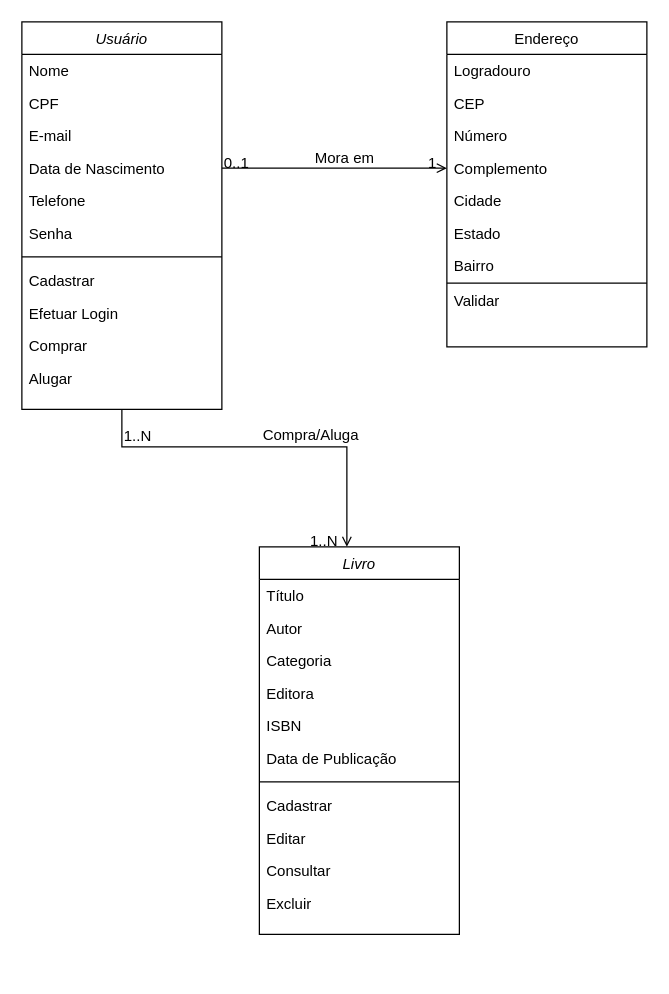
Before: docs/diagrama-uml.drawio in nicholascostap/bibliotech, a draw.io diagram. Source tidied: cells renumbered, new cells numbered last; positions are measured from the earlier drawing's top-left corner, leaving out a move shared by most shapes. Both pictures are drawn from the tidied source at 125%, with x=0, y=0 at pixel (21, 21).
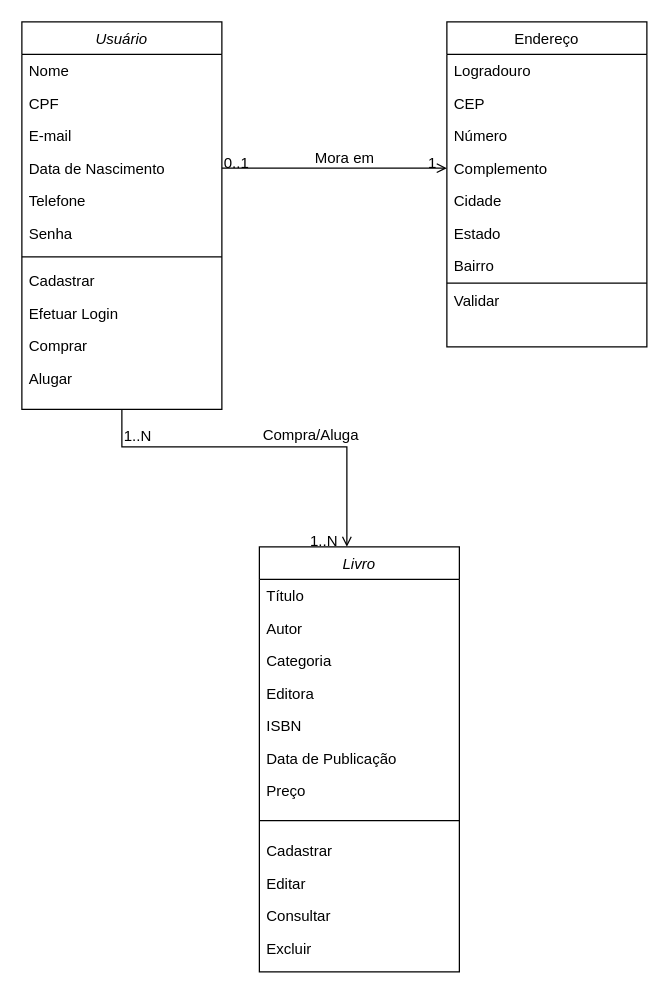
After the change.

Commit message (it also covers changes not shown here):
:books: docs(uml): Adicionando atributo 'Preço' na classe Livro do diagrama UML

What changed in the source:
```diff
@@
     <mxCell id="32" value="Livro" style="swimlane;fontStyle=2;align=center;verticalAlign=top;horizontal=1;startSize=26;rounded=0;shadow=0;strokeWidth=1;" parent="1" vertex="1">
-      <mxGeometry x="190" y="420" width="160" height="310" as="geometry" />
+      <mxGeometry x="190" y="420" width="160" height="340" as="geometry" />
     </mxCell>
@@
+    <mxCell id="44" value="Preço" style="text;align=left;verticalAlign=top;spacingLeft=4;spacingRight=4;overflow=hidden;rounded=0;shadow=0;html=0;" parent="32" vertex="1">
+      <mxGeometry y="182" width="160" height="26" as="geometry" />
+    </mxCell>
     <mxCell id="39" style="line;html=1;strokeWidth=1;align=left;verticalAlign=middle;spacingTop=-1;spacingLeft=3;spacingRight=3;labelPosition=right;" parent="32" vertex="1">
-      <mxGeometry y="182" width="160" height="12" as="geometry" />
+      <mxGeometry y="208" width="160" height="22" as="geometry" />
     </mxCell>
     <mxCell id="40" value="Cadastrar" style="text;align=left;verticalAlign=top;spacingLeft=4;spacingRight=4;overflow=hidden;rounded=0;shadow=0;html=0;" parent="32" vertex="1">
-      <mxGeometry y="194" width="160" height="26" as="geometry" />
+      <mxGeometry y="230" width="160" height="26" as="geometry" />
     </mxCell>
     <mxCell id="41" value="Editar" style="text;align=left;verticalAlign=top;spacingLeft=4;spacingRight=4;overflow=hidden;rounded=0;shadow=0;html=0;" parent="32" vertex="1">
-      <mxGeometry y="220" width="160" height="26" as="geometry" />
+      <mxGeometry y="256" width="160" height="26" as="geometry" />
     </mxCell>
     <mxCell id="42" value="Consultar" style="text;align=left;verticalAlign=top;spacingLeft=4;spacingRight=4;overflow=hidden;rounded=0;shadow=0;html=0;" parent="32" vertex="1">
-      <mxGeometry y="246" width="160" height="26" as="geometry" />
+      <mxGeometry y="282" width="160" height="26" as="geometry" />
     </mxCell>
     <mxCell id="43" value="Excluir" style="text;align=left;verticalAlign=top;spacingLeft=4;spacingRight=4;overflow=hidden;rounded=0;shadow=0;html=0;" parent="32" vertex="1">
-      <mxGeometry y="272" width="160" height="26" as="geometry" />
+      <mxGeometry y="308" width="160" height="26" as="geometry" />
     </mxCell>
```
